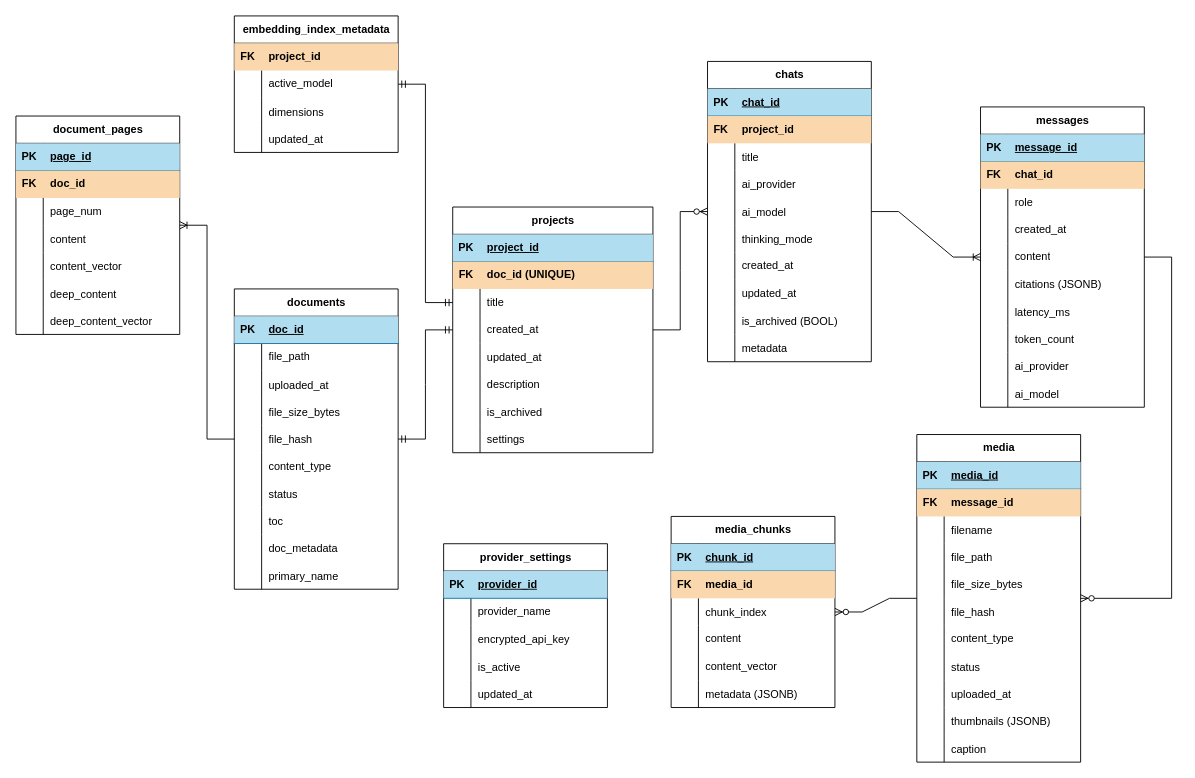
This is docs/cognidocent_db.drawio from AbduAlrimali/CogniDocent, a draw.io file, before an edit. Source tidied: cells renumbered, new cells numbered last; positions are measured from the earlier drawing's top-left corner, leaving out a move shared by most shapes. Both pictures are drawn from the tidied source at 91%, with x=0, y=0 at pixel (15, 15).
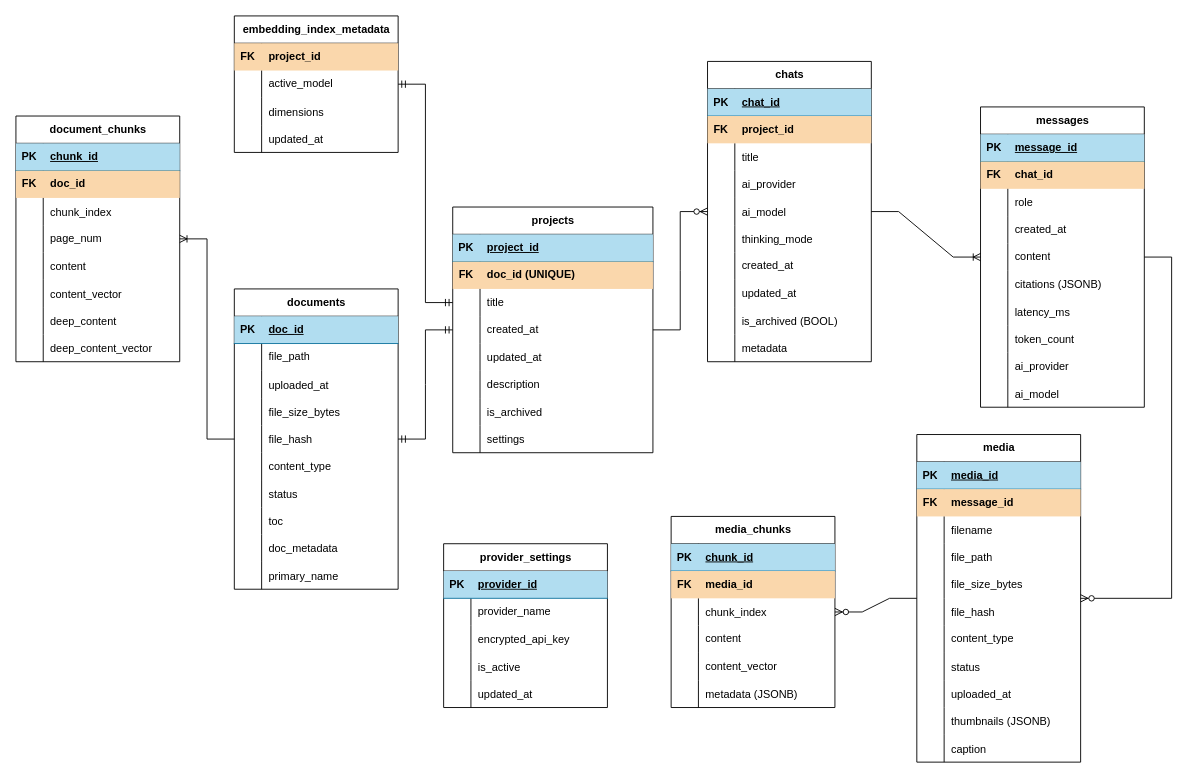
The same diagram, later.

The change refers to these unchanged cells:
```xml
<mxCell id="175" style="shape=tableRow;horizontal=0;startSize=0;swimlaneHead=0;swimlaneBody=0;fillColor=#b1ddf0;top=0;left=0;right=0;bottom=1;strokeColor=#10739e;" parent="174" vertex="1">
  <mxGeometry y="30" width="180" height="30" as="geometry" />
</mxCell>
```

Change to the diagram source:
```diff
@@
-    <mxCell id="174" value="document_pages " style="shape=table;startSize=30;childLayout=tableLayout;rowLines=0;fontStyle=1;align=center;html=1;" parent="1" vertex="1">
-      <mxGeometry y="110" width="180" height="240" as="geometry" />
+    <mxCell id="174" value="document_chunks " style="shape=table;startSize=30;childLayout=tableLayout;rowLines=0;fontStyle=1;align=center;html=1;" parent="1" vertex="1">
+      <mxGeometry y="110" width="180" height="270" as="geometry" />
     </mxCell>
@@
-    <mxCell id="177" value="page_id" style="shape=partialRectangle;fillColor=none;top=0;left=0;bottom=0;right=0;align=left;spacingLeft=6;fontStyle=5;overflow=hidden;whiteSpace=wrap;html=1;" parent="175" vertex="1">
+    <mxCell id="177" value="chunk_id" style="shape=partialRectangle;fillColor=none;top=0;left=0;bottom=0;right=0;align=left;spacingLeft=6;fontStyle=5;overflow=hidden;whiteSpace=wrap;html=1;" parent="175" vertex="1">
       <mxGeometry x="30" width="150" height="30" as="geometry" />
     </mxCell>
@@
+    <mxCell id="231" style="shape=tableRow;horizontal=0;startSize=0;swimlaneHead=0;swimlaneBody=0;fillColor=none;top=0;left=0;right=0;bottom=0;" parent="174" vertex="1">
+      <mxGeometry y="90" width="180" height="30" as="geometry" />
+    </mxCell>
+    <mxCell id="232" style="shape=partialRectangle;fillColor=none;top=0;left=0;bottom=0;right=0;overflow=hidden;" parent="231" vertex="1">
+      <mxGeometry width="30" height="30" as="geometry" />
+    </mxCell>
+    <mxCell id="233" value="chunk_index" style="shape=partialRectangle;fillColor=none;top=0;left=0;bottom=0;right=0;align=left;spacingLeft=6;overflow=hidden;" parent="231" vertex="1">
+      <mxGeometry x="30" width="150" height="30" as="geometry" />
+    </mxCell>
     <mxCell id="181" style="shape=tableRow;horizontal=0;startSize=0;swimlaneHead=0;swimlaneBody=0;fillColor=none;top=0;left=0;right=0;bottom=0;" parent="174" vertex="1">
-      <mxGeometry y="90" width="180" height="30" as="geometry" />
+      <mxGeometry y="120" width="180" height="30" as="geometry" />
     </mxCell>
@@
     <mxCell id="184" style="shape=tableRow;horizontal=0;startSize=0;swimlaneHead=0;swimlaneBody=0;fillColor=none;top=0;left=0;right=0;bottom=0;" parent="174" vertex="1">
-      <mxGeometry y="120" width="180" height="30" as="geometry" />
+      <mxGeometry y="150" width="180" height="30" as="geometry" />
     </mxCell>
@@
     <mxCell id="187" style="shape=tableRow;horizontal=0;startSize=0;swimlaneHead=0;swimlaneBody=0;fillColor=none;top=0;left=0;right=0;bottom=0;" parent="174" vertex="1">
-      <mxGeometry y="150" width="180" height="30" as="geometry" />
+      <mxGeometry y="180" width="180" height="30" as="geometry" />
     </mxCell>
@@
     <mxCell id="190" style="shape=tableRow;horizontal=0;startSize=0;swimlaneHead=0;swimlaneBody=0;fillColor=none;top=0;left=0;right=0;bottom=0;" parent="174" vertex="1">
-      <mxGeometry y="180" width="180" height="30" as="geometry" />
+      <mxGeometry y="210" width="180" height="30" as="geometry" />
     </mxCell>
@@
     <mxCell id="193" style="shape=tableRow;horizontal=0;startSize=0;swimlaneHead=0;swimlaneBody=0;fillColor=none;top=0;left=0;right=0;bottom=0;" parent="174" vertex="1">
-      <mxGeometry y="210" width="180" height="30" as="geometry" />
+      <mxGeometry y="240" width="180" height="30" as="geometry" />
     </mxCell>
```
